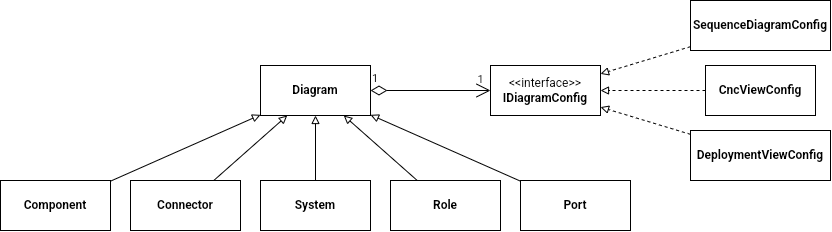
The draw.io diagram CA/NFR_06.drawio.png in phunm211/SW-Associate-Architecture, before a commit. Source tidied: cells renumbered, new cells last; positions are measured from the earlier drawing's top-left corner, leaving out a move shared by most shapes.
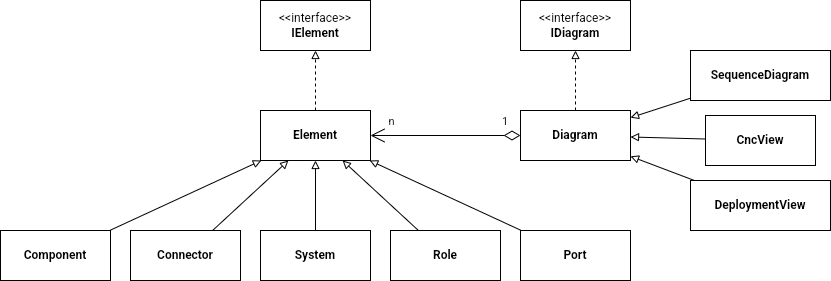
Above is the later version.

Change to the diagram source:
```diff
@@ -2,67 +2,79 @@
   <root>
     <mxCell id="0" />
     <mxCell id="1" parent="0" />
-    <mxCell id="2" value="&lt;b&gt;Diagram&lt;/b&gt;" style="html=1;whiteSpace=wrap;" parent="1" vertex="1">
-      <mxGeometry x="260" y="65" width="110" height="50" as="geometry" />
-    </mxCell>
-    <mxCell id="3" value="1" style="endArrow=open;html=1;endSize=12;startArrow=diamondThin;startSize=14;startFill=0;edgeStyle=orthogonalEdgeStyle;align=left;verticalAlign=bottom;rounded=0;" parent="1" edge="1" source="2" target="5">
-      <mxGeometry x="-1" y="3" relative="1" as="geometry" />
-    </mxCell>
-    <mxCell id="4" value="1" style="edgeLabel;html=1;align=center;verticalAlign=middle;labelBackgroundColor=none;" parent="3" vertex="1">
-      <mxGeometry x="0.75" y="3" relative="1" as="geometry">
-        <mxPoint x="5" y="-9" as="offset" />
-      </mxGeometry>
-    </mxCell>
+    <mxCell id="22" style="edgeStyle=orthogonalEdgeStyle;rounded=0;jettySize=auto;html=1;endArrow=block;endFill=0;dashed=1;" parent="1" edge="1" source="5" target="27">
+      <mxGeometry relative="1" as="geometry" />
+    </mxCell>
-    <mxCell id="5" value="&amp;lt;&amp;lt;interface&amp;gt;&amp;gt;&lt;br&gt;&lt;b&gt;IDiagramConfig&lt;/b&gt;" style="html=1;whiteSpace=wrap;" parent="1" vertex="1">
-      <mxGeometry x="490" y="65" width="110" height="50" as="geometry" />
+    <mxCell id="5" value="Diagram" style="html=1;whiteSpace=wrap;fontStyle=1;" parent="1" vertex="1">
+      <mxGeometry x="520" y="60" width="110" height="50" as="geometry" />
     </mxCell>
-    <mxCell id="6" style="edgeStyle=none;rounded=0;jettySize=auto;html=1;endArrow=block;endFill=0;" parent="1" edge="1" source="7" target="2">
+    <mxCell id="6" style="edgeStyle=none;rounded=0;jettySize=auto;html=1;endArrow=block;endFill=0;" parent="1" edge="1" source="7" target="24">
       <mxGeometry relative="1" as="geometry" />
     </mxCell>
     <mxCell id="7" value="&lt;b&gt;Component&lt;/b&gt;" style="html=1;whiteSpace=wrap;" parent="1" vertex="1">
       <mxGeometry y="180" width="110" height="50" as="geometry" />
     </mxCell>
-    <mxCell id="8" style="edgeStyle=none;rounded=0;jettySize=auto;html=1;endArrow=block;endFill=0;" parent="1" edge="1" source="9" target="2">
+    <mxCell id="8" style="edgeStyle=none;rounded=0;jettySize=auto;html=1;endArrow=block;endFill=0;" parent="1" edge="1" source="9" target="24">
       <mxGeometry relative="1" as="geometry" />
     </mxCell>
     <mxCell id="9" value="Connector" style="html=1;whiteSpace=wrap;fontStyle=1;" parent="1" vertex="1">
       <mxGeometry x="130" y="180" width="110" height="50" as="geometry" />
     </mxCell>
-    <mxCell id="10" style="edgeStyle=none;rounded=0;jettySize=auto;html=1;endArrow=block;endFill=0;" parent="1" edge="1" source="11" target="2">
+    <mxCell id="10" style="edgeStyle=none;rounded=0;jettySize=auto;html=1;endArrow=block;endFill=0;" parent="1" edge="1" source="11" target="24">
       <mxGeometry relative="1" as="geometry" />
     </mxCell>
     <mxCell id="11" value="&lt;b&gt;System&lt;/b&gt;" style="html=1;whiteSpace=wrap;" parent="1" vertex="1">
       <mxGeometry x="260" y="180" width="110" height="50" as="geometry" />
     </mxCell>
-    <mxCell id="12" style="edgeStyle=none;rounded=0;jettySize=auto;html=1;endArrow=block;endFill=0;" parent="1" edge="1" source="13" target="2">
+    <mxCell id="12" style="edgeStyle=none;rounded=0;jettySize=auto;html=1;endArrow=block;endFill=0;" parent="1" edge="1" source="13" target="24">
       <mxGeometry relative="1" as="geometry" />
     </mxCell>
     <mxCell id="13" value="&lt;b&gt;Port&lt;/b&gt;" style="html=1;whiteSpace=wrap;" parent="1" vertex="1">
       <mxGeometry x="520" y="180" width="110" height="50" as="geometry" />
     </mxCell>
-    <mxCell id="14" style="rounded=0;jettySize=auto;html=1;endArrow=block;endFill=0;dashed=1;" parent="1" edge="1" source="15" target="5">
+    <mxCell id="14" style="rounded=0;jettySize=auto;html=1;endArrow=block;endFill=0;" parent="1" edge="1" source="15" target="5">
       <mxGeometry relative="1" as="geometry" />
     </mxCell>
-    <mxCell id="15" value="&lt;b&gt;CncViewConfig&lt;/b&gt;" style="html=1;whiteSpace=wrap;" parent="1" vertex="1">
+    <mxCell id="15" value="&lt;b&gt;CncView&lt;/b&gt;" style="html=1;whiteSpace=wrap;" parent="1" vertex="1">
       <mxGeometry x="705" y="65" width="110" height="50" as="geometry" />
     </mxCell>
-    <mxCell id="16" style="rounded=0;jettySize=auto;html=1;endArrow=block;endFill=0;dashed=1;" parent="1" edge="1" source="17" target="5">
+    <mxCell id="16" style="rounded=0;jettySize=auto;html=1;endArrow=block;endFill=0;" parent="1" edge="1" source="17" target="5">
       <mxGeometry relative="1" as="geometry" />
     </mxCell>
-    <mxCell id="17" value="&lt;b&gt;DeploymentViewConfig&lt;/b&gt;" style="html=1;whiteSpace=wrap;" parent="1" vertex="1">
+    <mxCell id="17" value="&lt;b&gt;DeploymentView&lt;/b&gt;" style="html=1;whiteSpace=wrap;" parent="1" vertex="1">
       <mxGeometry x="690" y="130" width="140" height="50" as="geometry" />
     </mxCell>
-    <mxCell id="18" style="edgeStyle=none;rounded=0;jettySize=auto;html=1;endArrow=block;endFill=0;dashed=1;" parent="1" edge="1" source="19" target="5">
+    <mxCell id="18" style="edgeStyle=none;rounded=0;jettySize=auto;html=1;endArrow=block;endFill=0;" parent="1" edge="1" source="19" target="5">
       <mxGeometry relative="1" as="geometry" />
     </mxCell>
-    <mxCell id="19" value="&lt;b&gt;SequenceDiagramConfig&lt;/b&gt;" style="html=1;whiteSpace=wrap;" parent="1" vertex="1">
+    <mxCell id="19" value="&lt;b&gt;SequenceDiagram&lt;/b&gt;" style="html=1;whiteSpace=wrap;" parent="1" vertex="1">
       <mxGeometry x="690" width="140" height="50" as="geometry" />
     </mxCell>
-    <mxCell id="20" style="edgeStyle=none;rounded=0;jettySize=auto;html=1;endArrow=block;endFill=0;" parent="1" edge="1" source="21" target="2">
+    <mxCell id="20" style="edgeStyle=none;rounded=0;jettySize=auto;html=1;endArrow=block;endFill=0;" parent="1" edge="1" source="21" target="24">
       <mxGeometry relative="1" as="geometry" />
     </mxCell>
     <mxCell id="21" value="&lt;b&gt;Role&lt;/b&gt;" style="html=1;whiteSpace=wrap;" parent="1" vertex="1">
       <mxGeometry x="390" y="180" width="110" height="50" as="geometry" />
     </mxCell>
+    <mxCell id="23" style="edgeStyle=orthogonalEdgeStyle;rounded=0;jettySize=auto;html=1;exitX=0.5;exitY=0;exitDx=0;exitDy=0;entryX=0.5;entryY=1;entryDx=0;entryDy=0;endArrow=block;endFill=0;dashed=1;" parent="1" edge="1" source="24" target="25">
+      <mxGeometry relative="1" as="geometry" />
+    </mxCell>
+    <mxCell id="24" value="&lt;b&gt;Element&lt;/b&gt;" style="rounded=0;whiteSpace=wrap;html=1;" parent="1" vertex="1">
+      <mxGeometry x="260" y="60" width="110" height="50" as="geometry" />
+    </mxCell>
+    <mxCell id="25" value="&amp;lt;&amp;lt;interface&amp;gt;&amp;gt;&lt;br&gt;&lt;b&gt;IElement&lt;/b&gt;" style="rounded=0;whiteSpace=wrap;html=1;" parent="1" vertex="1">
+      <mxGeometry x="260" y="-50" width="110" height="50" as="geometry" />
+    </mxCell>
+    <mxCell id="3" value="1" style="endArrow=open;html=1;endSize=12;startArrow=diamondThin;startSize=14;startFill=0;edgeStyle=orthogonalEdgeStyle;align=left;verticalAlign=bottom;rounded=0;" parent="1" edge="1" source="5" target="24">
+      <mxGeometry x="-0.73" y="-5" relative="1" as="geometry" />
+    </mxCell>
+    <mxCell id="26" value="n" style="edgeLabel;html=1;align=center;verticalAlign=middle;" parent="3" vertex="1">
+      <mxGeometry x="0.75" y="-1" relative="1" as="geometry">
+        <mxPoint x="1" y="-14" as="offset" />
+      </mxGeometry>
+    </mxCell>
+    <mxCell id="27" value="&amp;lt;&amp;lt;interface&amp;gt;&amp;gt;&lt;br&gt;&lt;b&gt;IDiagram&lt;/b&gt;" style="rounded=0;whiteSpace=wrap;html=1;" parent="1" vertex="1">
+      <mxGeometry x="520" y="-50" width="110" height="50" as="geometry" />
+    </mxCell>
   </root>
 </mxGraphModel>
```
